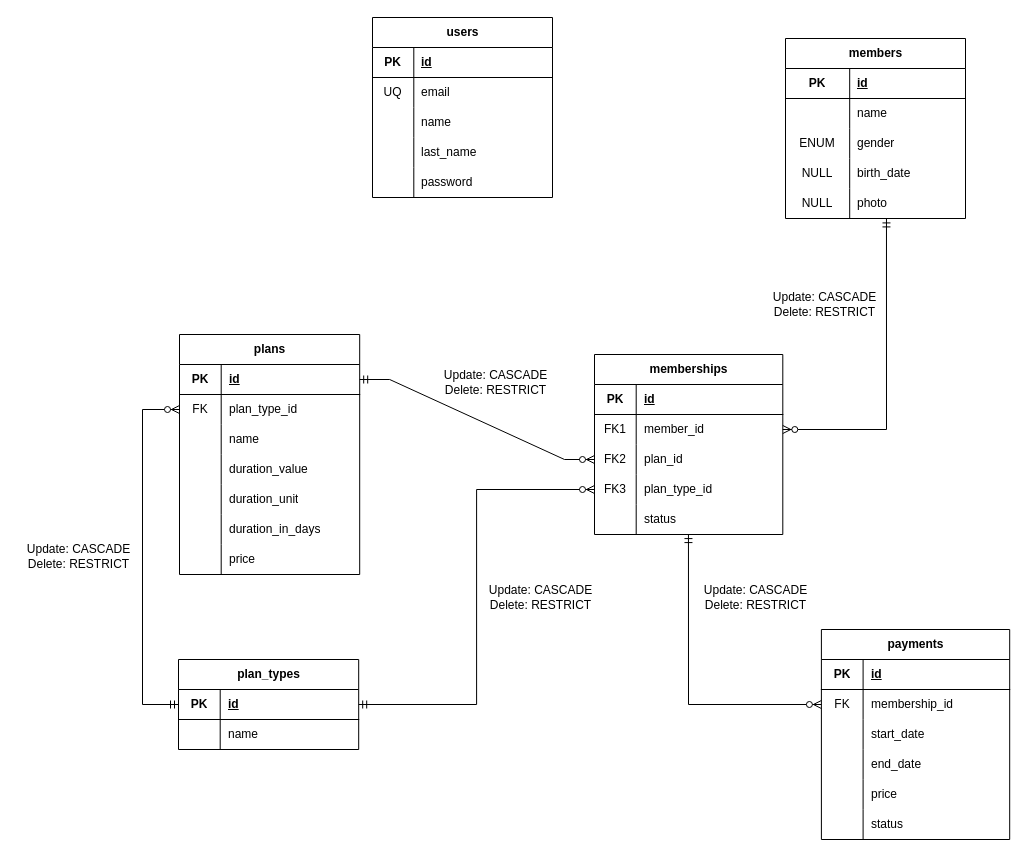
Before: docs/logical-design.drawio in hdz-kevin/TecnoGym, a draw.io diagram. Source tidied: cells renumbered, new cells numbered last; positions are measured from the earlier drawing's top-left corner, leaving out a move shared by most shapes. Both pictures are drawn from the tidied source at 100%, with x=0, y=0 at pixel (17, 17).
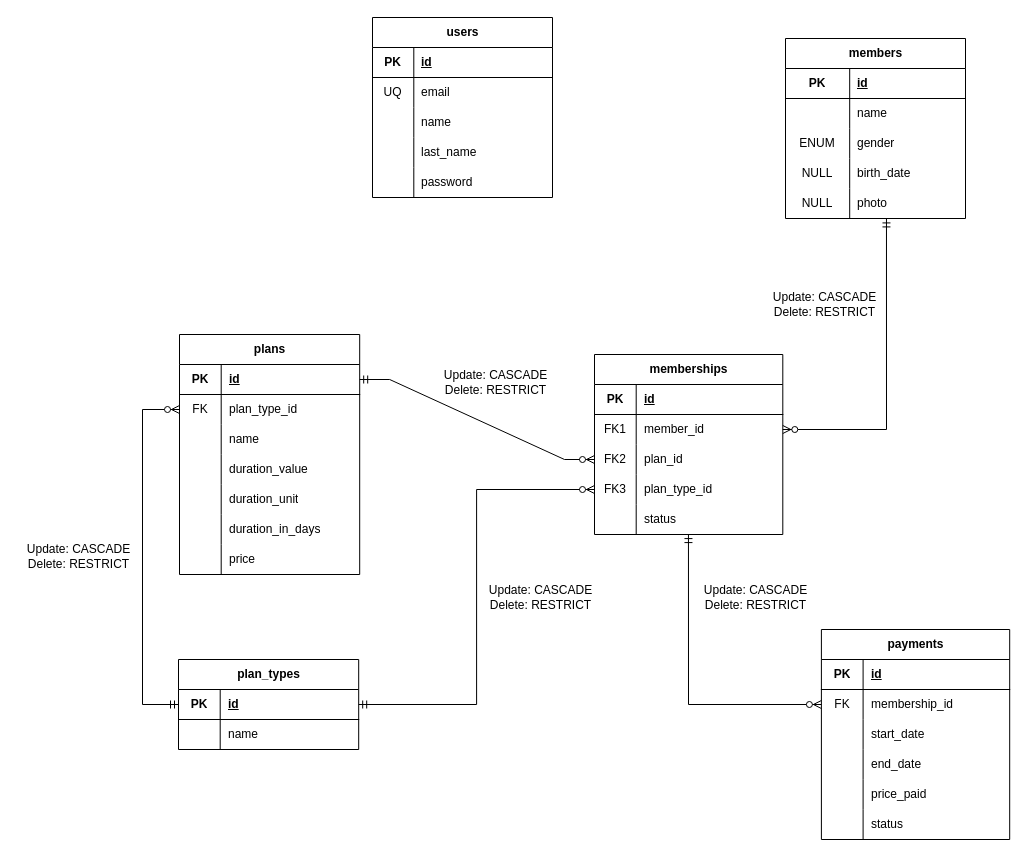
Above is the later version.

Commit message (it also covers changes not shown here):
rename price column to price_paid in payments table

The change refers to these unchanged cells:
```xml
<mxCell id="100" style="shape=tableRow;horizontal=0;startSize=0;swimlaneHead=0;swimlaneBody=0;fillColor=none;top=0;left=0;right=0;bottom=0;" parent="87" vertex="1">
  <mxGeometry y="150" width="188.3" height="30" as="geometry" />
</mxCell>
```

The edit, as a diff of the source:
```diff
@@
-    <mxCell id="102" value="price" style="shape=partialRectangle;fillColor=none;top=0;left=0;bottom=0;right=0;align=left;spacingLeft=6;overflow=hidden;whiteSpace=wrap;html=1;" parent="100" vertex="1">
+    <mxCell id="102" value="price_paid" style="shape=partialRectangle;fillColor=none;top=0;left=0;bottom=0;right=0;align=left;spacingLeft=6;overflow=hidden;whiteSpace=wrap;html=1;" parent="100" vertex="1">
       <mxGeometry x="41.7" width="146.5" height="30" as="geometry" />
     </mxCell>
```
